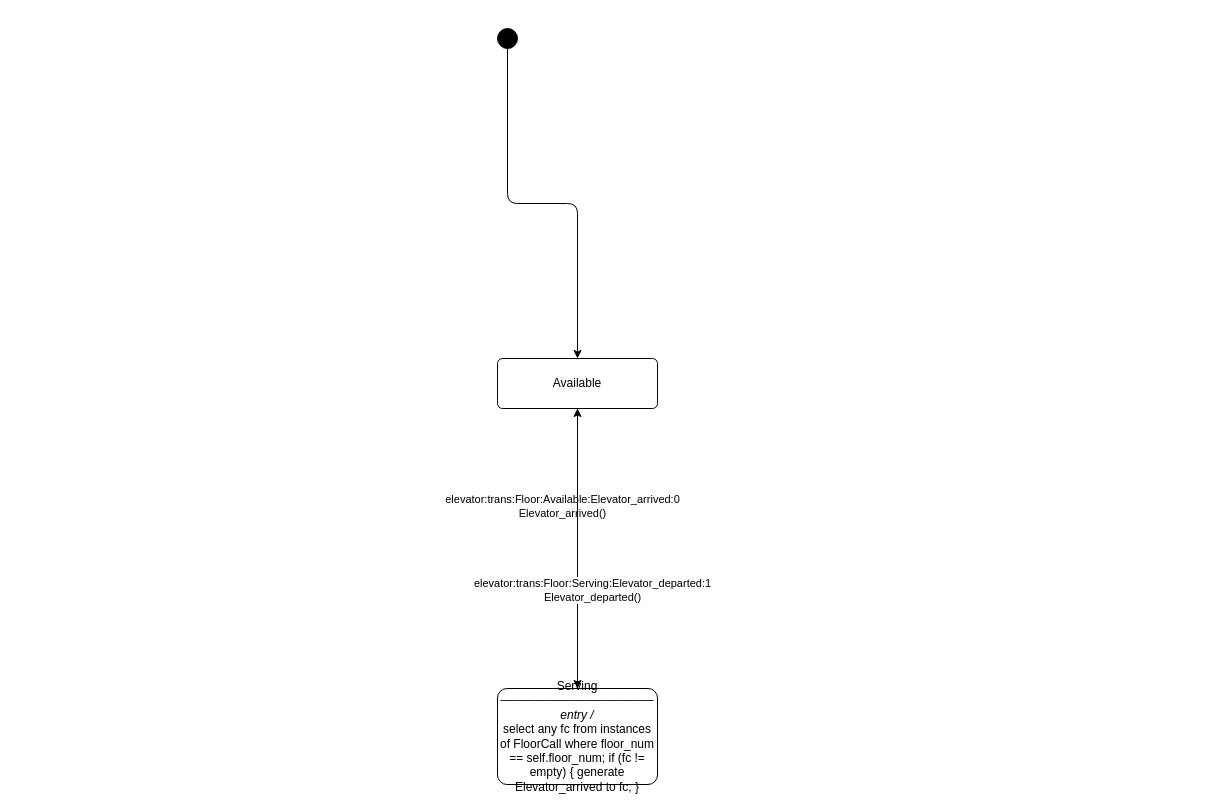
This is examples/elevator/.design/model/diagrams/Elevator-Floor.drawio from BChaloux-Cyn/MDF-Simulator, a draw.io file, before an edit. Source tidied: cells renumbered, new cells numbered last; positions are measured from the earlier drawing's top-left corner, leaving out a move shared by most shapes. Both pictures are drawn from the tidied source at 100%, with x=0, y=0 at pixel (497, 28).
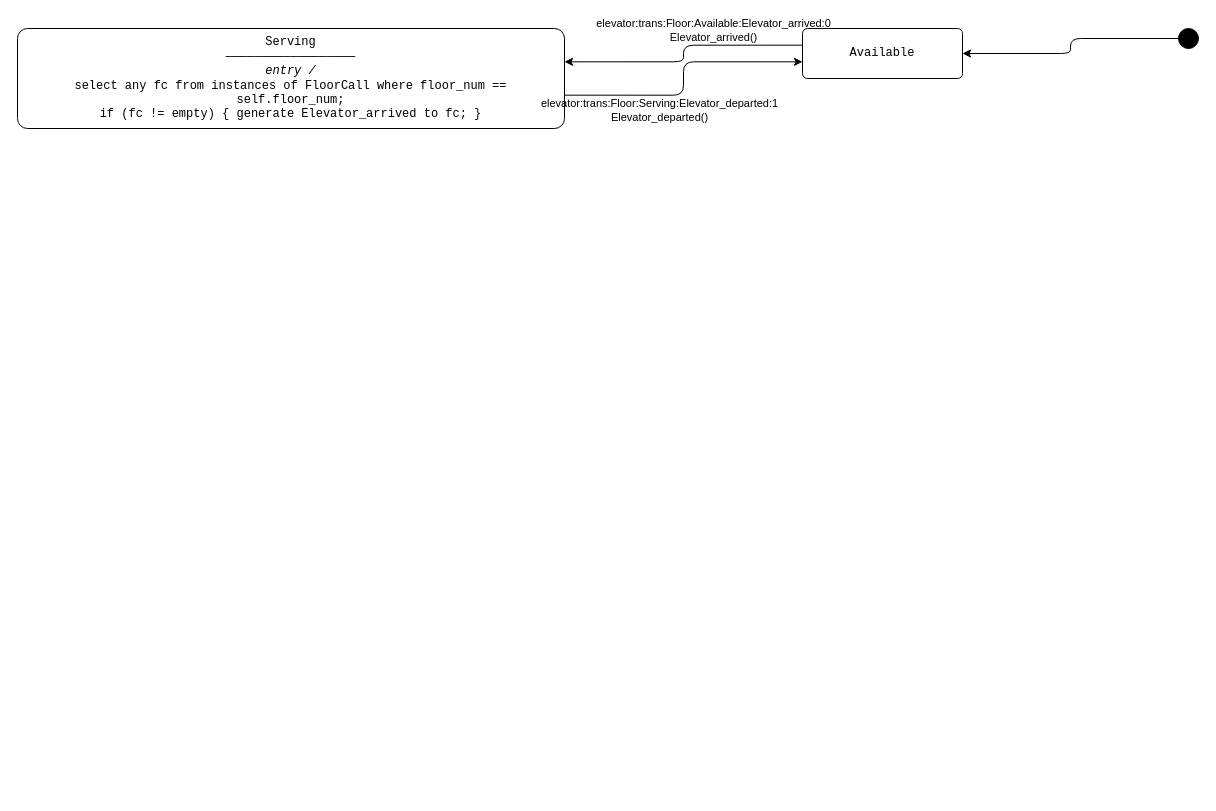
The same diagram, later.

What changed in the source:
```diff
@@
-<mxGraphModel>
+<mxGraphModel background="#FFFFFF">
   <root>
     <mxCell id="0" />
     <mxCell id="1" parent="0" />
     <mxCell id="2" style="ellipse;whiteSpace=wrap;html=1;fillColor=#000000;strokeColor=#000000;" parent="1" vertex="1">
-      <mxGeometry width="20" height="20" as="geometry" />
+      <mxGeometry x="681" width="20" height="20" as="geometry" />
     </mxCell>
-    <mxCell id="3" value="Available" style="rounded=1;whiteSpace=wrap;html=1;arcSize=10;" parent="1" vertex="1">
-      <mxGeometry y="330" width="160" height="50" as="geometry" />
+    <mxCell id="3" value="Available" style="rounded=1;whiteSpace=wrap;html=1;arcSize=10;fontFamily=Courier New;" parent="1" vertex="1">
+      <mxGeometry x="305" width="160" height="50" as="geometry" />
     </mxCell>
-    <mxCell id="4" value="Serving&lt;br&gt;──────────────────&lt;br&gt;&lt;i&gt;entry /&lt;/i&gt;&lt;br&gt;select any fc from instances of FloorCall where floor_num == self.floor_num; if (fc != empty) { generate Elevator_arrived to fc; }" style="rounded=1;whiteSpace=wrap;html=1;arcSize=10;" parent="1" vertex="1">
-      <mxGeometry y="660" width="160" height="96" as="geometry" />
+    <mxCell id="4" value="Serving&lt;br&gt;──────────────────&lt;br&gt;&lt;i&gt;entry /&lt;/i&gt;&lt;br&gt;select any fc from instances of FloorCall where floor_num == self.floor_num;&lt;br&gt;if (fc != empty) { generate Elevator_arrived to fc; }" style="rounded=1;whiteSpace=wrap;html=1;arcSize=10;fontFamily=Courier New;" parent="1" vertex="1">
+      <mxGeometry x="-480" width="547" height="100" as="geometry" />
     </mxCell>
-    <mxCell id="5" style="edgeStyle=orthogonalEdgeStyle;html=1;exitX=0.5;exitY=1.0;exitDx=0;exitDy=0;entryX=0.5;entryY=0.0;entryDx=0;entryDy=0;" parent="1" edge="1" source="2" target="3">
+    <mxCell id="5" style="edgeStyle=orthogonalEdgeStyle;html=1;labelBackgroundColor=none;exitX=0.0;exitY=0.5;exitDx=0;exitDy=0;entryX=1.0;entryY=0.5;entryDx=0;entryDy=0;" parent="1" edge="1" source="2" target="3">
       <mxGeometry relative="1" as="geometry" />
     </mxCell>
-    <mxCell id="6" value="elevator:trans:Floor:Available:Elevator_arrived:0&lt;br&gt;Elevator_arrived()" style="edgeStyle=orthogonalEdgeStyle;html=1;exitX=0.5;exitY=1.0;exitDx=0;exitDy=0;entryX=0.5;entryY=0.0;entryDx=0;entryDy=0;" parent="1" edge="1" source="3" target="4">
+    <mxCell id="6" value="elevator:trans:Floor:Available:Elevator_arrived:0&lt;br&gt;Elevator_arrived()" style="edgeStyle=orthogonalEdgeStyle;html=1;labelBackgroundColor=none;exitX=0.0;exitY=0.3333;exitDx=0;exitDy=0;entryX=1.0;entryY=0.3333;entryDx=0;entryDy=0;" parent="1" edge="1" source="3" target="4">
       <mxGeometry x="-0.3" y="-15" relative="1" as="geometry" />
     </mxCell>
-    <mxCell id="7" value="elevator:trans:Floor:Serving:Elevator_departed:1&lt;br&gt;Elevator_departed()" style="edgeStyle=orthogonalEdgeStyle;html=1;exitX=0.5;exitY=0.0;exitDx=0;exitDy=0;entryX=0.5;entryY=1.0;entryDx=0;entryDy=0;" parent="1" edge="1" source="4" target="3">
+    <mxCell id="7" value="elevator:trans:Floor:Serving:Elevator_departed:1&lt;br&gt;Elevator_departed()" style="edgeStyle=orthogonalEdgeStyle;html=1;labelBackgroundColor=none;exitX=1.0;exitY=0.6667;exitDx=0;exitDy=0;entryX=0.0;entryY=0.6667;entryDx=0;entryDy=0;" parent="1" edge="1" source="4" target="3">
       <mxGeometry x="-0.3" y="-15" relative="1" as="geometry" />
     </mxCell>
   </root>
 </mxGraphModel>
```
